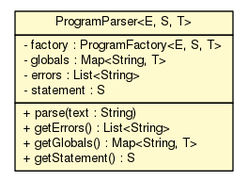
Earlier version of the Graphviz export doc/model/programs/parsing/ProgramParser.png (sinopeus/asteroids). Its source is kept beside it as doc/model/programs/parsing/ProgramParser.dot. Source of this version:
```dot

digraph G {
	edge [fontname="Helvetica",fontsize=10,labelfontname="Helvetica",labelfontsize=10];
	node [fontname="Helvetica",fontsize=10,shape=plaintext];
	nodesep=0.25;
	ranksep=0.5;
	c14323 [label=<<table title="model.programs.parsing.ProgramParser" border="0" cellborder="1" cellspacing="0" cellpadding="2" port="p" bgcolor="lemonChiffon" href="./ProgramParser.html">
		<tr><td><table border="0" cellspacing="0" cellpadding="1">
<tr><td align="center" balign="center"> ProgramParser&lt;E, S, T&gt; </td></tr>
		</table></td></tr>
		<tr><td><table border="0" cellspacing="0" cellpadding="1">
<tr><td align="left" balign="left"> - factory : ProgramFactory&lt;E, S, T&gt; </td></tr>
<tr><td align="left" balign="left"> - globals : Map&lt;String, T&gt; </td></tr>
<tr><td align="left" balign="left"> - errors : List&lt;String&gt; </td></tr>
<tr><td align="left" balign="left"> - statement : S </td></tr>
		</table></td></tr>
		<tr><td><table border="0" cellspacing="0" cellpadding="1">
<tr><td align="left" balign="left"> + parse(text : String) </td></tr>
<tr><td align="left" balign="left"> + getErrors() : List&lt;String&gt; </td></tr>
<tr><td align="left" balign="left"> + getGlobals() : Map&lt;String, T&gt; </td></tr>
<tr><td align="left" balign="left"> + getStatement() : S </td></tr>
		</table></td></tr>
		</table>>, URL="./ProgramParser.html", fontname="Helvetica", fontcolor="black", fontsize=10.0];
}
```
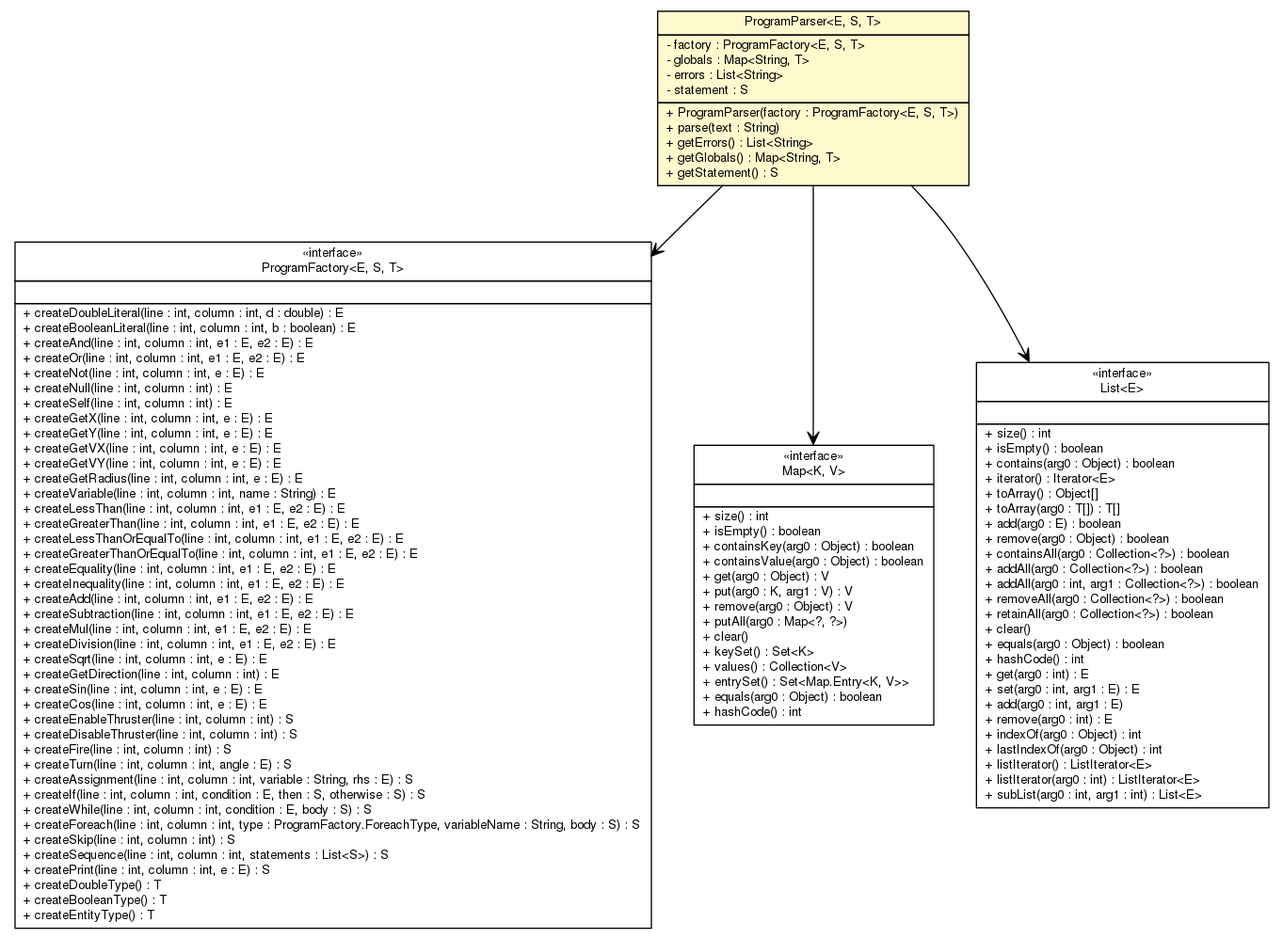
After the commit.

Change to the diagram source:
```diff
@@ -4,7 +4,59 @@
 	node [fontname="Helvetica",fontsize=10,shape=plaintext];
 	nodesep=0.25;
 	ranksep=0.5;
-	c14323 [label=<<table title="model.programs.parsing.ProgramParser" border="0" cellborder="1" cellspacing="0" cellpadding="2" port="p" bgcolor="lemonChiffon" href="./ProgramParser.html">
+	c14366 [label=<<table title="model.programs.parsing.ProgramFactory" border="0" cellborder="1" cellspacing="0" cellpadding="2" port="p" href="./ProgramFactory.html">
+		<tr><td><table border="0" cellspacing="0" cellpadding="1">
+<tr><td align="center" balign="center"> &#171;interface&#187; </td></tr>
+<tr><td align="center" balign="center"> ProgramFactory&lt;E, S, T&gt; </td></tr>
+		</table></td></tr>
+		<tr><td><table border="0" cellspacing="0" cellpadding="1">
+<tr><td align="left" balign="left">  </td></tr>
+		</table></td></tr>
+		<tr><td><table border="0" cellspacing="0" cellpadding="1">
+<tr><td align="left" balign="left"> + createDoubleLiteral(line : int, column : int, d : double) : E </td></tr>
+<tr><td align="left" balign="left"> + createBooleanLiteral(line : int, column : int, b : boolean) : E </td></tr>
+<tr><td align="left" balign="left"> + createAnd(line : int, column : int, e1 : E, e2 : E) : E </td></tr>
+<tr><td align="left" balign="left"> + createOr(line : int, column : int, e1 : E, e2 : E) : E </td></tr>
+<tr><td align="left" balign="left"> + createNot(line : int, column : int, e : E) : E </td></tr>
+<tr><td align="left" balign="left"> + createNull(line : int, column : int) : E </td></tr>
+<tr><td align="left" balign="left"> + createSelf(line : int, column : int) : E </td></tr>
+<tr><td align="left" balign="left"> + createGetX(line : int, column : int, e : E) : E </td></tr>
+<tr><td align="left" balign="left"> + createGetY(line : int, column : int, e : E) : E </td></tr>
+<tr><td align="left" balign="left"> + createGetVX(line : int, column : int, e : E) : E </td></tr>
+<tr><td align="left" balign="left"> + createGetVY(line : int, column : int, e : E) : E </td></tr>
+<tr><td align="left" balign="left"> + createGetRadius(line : int, column : int, e : E) : E </td></tr>
+<tr><td align="left" balign="left"> + createVariable(line : int, column : int, name : String) : E </td></tr>
+<tr><td align="left" balign="left"> + createLessThan(line : int, column : int, e1 : E, e2 : E) : E </td></tr>
+<tr><td align="left" balign="left"> + createGreaterThan(line : int, column : int, e1 : E, e2 : E) : E </td></tr>
+<tr><td align="left" balign="left"> + createLessThanOrEqualTo(line : int, column : int, e1 : E, e2 : E) : E </td></tr>
+<tr><td align="left" balign="left"> + createGreaterThanOrEqualTo(line : int, column : int, e1 : E, e2 : E) : E </td></tr>
+<tr><td align="left" balign="left"> + createEquality(line : int, column : int, e1 : E, e2 : E) : E </td></tr>
+<tr><td align="left" balign="left"> + createInequality(line : int, column : int, e1 : E, e2 : E) : E </td></tr>
+<tr><td align="left" balign="left"> + createAdd(line : int, column : int, e1 : E, e2 : E) : E </td></tr>
+<tr><td align="left" balign="left"> + createSubtraction(line : int, column : int, e1 : E, e2 : E) : E </td></tr>
+<tr><td align="left" balign="left"> + createMul(line : int, column : int, e1 : E, e2 : E) : E </td></tr>
+<tr><td align="left" balign="left"> + createDivision(line : int, column : int, e1 : E, e2 : E) : E </td></tr>
+<tr><td align="left" balign="left"> + createSqrt(line : int, column : int, e : E) : E </td></tr>
+<tr><td align="left" balign="left"> + createGetDirection(line : int, column : int) : E </td></tr>
+<tr><td align="left" balign="left"> + createSin(line : int, column : int, e : E) : E </td></tr>
+<tr><td align="left" balign="left"> + createCos(line : int, column : int, e : E) : E </td></tr>
+<tr><td align="left" balign="left"> + createEnableThruster(line : int, column : int) : S </td></tr>
+<tr><td align="left" balign="left"> + createDisableThruster(line : int, column : int) : S </td></tr>
+<tr><td align="left" balign="left"> + createFire(line : int, column : int) : S </td></tr>
+<tr><td align="left" balign="left"> + createTurn(line : int, column : int, angle : E) : S </td></tr>
+<tr><td align="left" balign="left"> + createAssignment(line : int, column : int, variable : String, rhs : E) : S </td></tr>
+<tr><td align="left" balign="left"> + createIf(line : int, column : int, condition : E, then : S, otherwise : S) : S </td></tr>
+<tr><td align="left" balign="left"> + createWhile(line : int, column : int, condition : E, body : S) : S </td></tr>
+<tr><td align="left" balign="left"> + createForeach(line : int, column : int, type : ProgramFactory.ForeachType, variableName : String, body : S) : S </td></tr>
+<tr><td align="left" balign="left"> + createSkip(line : int, column : int) : S </td></tr>
+<tr><td align="left" balign="left"> + createSequence(line : int, column : int, statements : List&lt;S&gt;) : S </td></tr>
+<tr><td align="left" balign="left"> + createPrint(line : int, column : int, e : E) : S </td></tr>
+<tr><td align="left" balign="left"> + createDoubleType() : T </td></tr>
+<tr><td align="left" balign="left"> + createBooleanType() : T </td></tr>
+<tr><td align="left" balign="left"> + createEntityType() : T </td></tr>
+		</table></td></tr>
+		</table>>, URL="./ProgramFactory.html", fontname="Helvetica", fontcolor="black", fontsize=10.0];
+	c14373 [label=<<table title="model.programs.parsing.ProgramParser" border="0" cellborder="1" cellspacing="0" cellpadding="2" port="p" bgcolor="lemonChiffon" href="./ProgramParser.html">
 		<tr><td><table border="0" cellspacing="0" cellpadding="1">
 <tr><td align="center" balign="center"> ProgramParser&lt;E, S, T&gt; </td></tr>
 		</table></td></tr>
@@ -15,10 +67,75 @@
 <tr><td align="left" balign="left"> - statement : S </td></tr>
 		</table></td></tr>
 		<tr><td><table border="0" cellspacing="0" cellpadding="1">
+<tr><td align="left" balign="left"> + ProgramParser(factory : ProgramFactory&lt;E, S, T&gt;) </td></tr>
 <tr><td align="left" balign="left"> + parse(text : String) </td></tr>
 <tr><td align="left" balign="left"> + getErrors() : List&lt;String&gt; </td></tr>
 <tr><td align="left" balign="left"> + getGlobals() : Map&lt;String, T&gt; </td></tr>
 <tr><td align="left" balign="left"> + getStatement() : S </td></tr>
 		</table></td></tr>
 		</table>>, URL="./ProgramParser.html", fontname="Helvetica", fontcolor="black", fontsize=10.0];
+	c14373:p -> c14366:p [taillabel="", label="", headlabel="", fontname="Helvetica", fontcolor="black", fontsize=10.0, color="black", arrowhead=open];
+	c14373:p -> c14466:p [taillabel="", label="", headlabel="", fontname="Helvetica", fontcolor="black", fontsize=10.0, color="black", arrowhead=open];
+	c14373:p -> c14467:p [taillabel="", label="", headlabel="", fontname="Helvetica", fontcolor="black", fontsize=10.0, color="black", arrowhead=open];
+	c14467 [label=<<table title="java.util.List" border="0" cellborder="1" cellspacing="0" cellpadding="2" port="p" href="http://java.sun.com/j2se/1.4.2/docs/api/java/util/List.html">
+		<tr><td><table border="0" cellspacing="0" cellpadding="1">
+<tr><td align="center" balign="center"> &#171;interface&#187; </td></tr>
+<tr><td align="center" balign="center"> List&lt;E&gt; </td></tr>
+		</table></td></tr>
+		<tr><td><table border="0" cellspacing="0" cellpadding="1">
+<tr><td align="left" balign="left">  </td></tr>
+		</table></td></tr>
+		<tr><td><table border="0" cellspacing="0" cellpadding="1">
+<tr><td align="left" balign="left"> + size() : int </td></tr>
+<tr><td align="left" balign="left"> + isEmpty() : boolean </td></tr>
+<tr><td align="left" balign="left"> + contains(arg0 : Object) : boolean </td></tr>
+<tr><td align="left" balign="left"> + iterator() : Iterator&lt;E&gt; </td></tr>
+<tr><td align="left" balign="left"> + toArray() : Object[] </td></tr>
+<tr><td align="left" balign="left"> + toArray(arg0 : T[]) : T[] </td></tr>
+<tr><td align="left" balign="left"> + add(arg0 : E) : boolean </td></tr>
+<tr><td align="left" balign="left"> + remove(arg0 : Object) : boolean </td></tr>
+<tr><td align="left" balign="left"> + containsAll(arg0 : Collection&lt;?&gt;) : boolean </td></tr>
+<tr><td align="left" balign="left"> + addAll(arg0 : Collection&lt;?&gt;) : boolean </td></tr>
+<tr><td align="left" balign="left"> + addAll(arg0 : int, arg1 : Collection&lt;?&gt;) : boolean </td></tr>
+<tr><td align="left" balign="left"> + removeAll(arg0 : Collection&lt;?&gt;) : boolean </td></tr>
+<tr><td align="left" balign="left"> + retainAll(arg0 : Collection&lt;?&gt;) : boolean </td></tr>
+<tr><td align="left" balign="left"> + clear() </td></tr>
+<tr><td align="left" balign="left"> + equals(arg0 : Object) : boolean </td></tr>
+<tr><td align="left" balign="left"> + hashCode() : int </td></tr>
+<tr><td align="left" balign="left"> + get(arg0 : int) : E </td></tr>
+<tr><td align="left" balign="left"> + set(arg0 : int, arg1 : E) : E </td></tr>
+<tr><td align="left" balign="left"> + add(arg0 : int, arg1 : E) </td></tr>
+<tr><td align="left" balign="left"> + remove(arg0 : int) : E </td></tr>
+<tr><td align="left" balign="left"> + indexOf(arg0 : Object) : int </td></tr>
+<tr><td align="left" balign="left"> + lastIndexOf(arg0 : Object) : int </td></tr>
+<tr><td align="left" balign="left"> + listIterator() : ListIterator&lt;E&gt; </td></tr>
+<tr><td align="left" balign="left"> + listIterator(arg0 : int) : ListIterator&lt;E&gt; </td></tr>
+<tr><td align="left" balign="left"> + subList(arg0 : int, arg1 : int) : List&lt;E&gt; </td></tr>
+		</table></td></tr>
+		</table>>, URL="http://java.sun.com/j2se/1.4.2/docs/api/java/util/List.html", fontname="Helvetica", fontcolor="black", fontsize=10.0];
+	c14466 [label=<<table title="java.util.Map" border="0" cellborder="1" cellspacing="0" cellpadding="2" port="p" href="http://java.sun.com/j2se/1.4.2/docs/api/java/util/Map.html">
+		<tr><td><table border="0" cellspacing="0" cellpadding="1">
+<tr><td align="center" balign="center"> &#171;interface&#187; </td></tr>
+<tr><td align="center" balign="center"> Map&lt;K, V&gt; </td></tr>
+		</table></td></tr>
+		<tr><td><table border="0" cellspacing="0" cellpadding="1">
+<tr><td align="left" balign="left">  </td></tr>
+		</table></td></tr>
+		<tr><td><table border="0" cellspacing="0" cellpadding="1">
+<tr><td align="left" balign="left"> + size() : int </td></tr>
+<tr><td align="left" balign="left"> + isEmpty() : boolean </td></tr>
+<tr><td align="left" balign="left"> + containsKey(arg0 : Object) : boolean </td></tr>
+<tr><td align="left" balign="left"> + containsValue(arg0 : Object) : boolean </td></tr>
+<tr><td align="left" balign="left"> + get(arg0 : Object) : V </td></tr>
+<tr><td align="left" balign="left"> + put(arg0 : K, arg1 : V) : V </td></tr>
+<tr><td align="left" balign="left"> + remove(arg0 : Object) : V </td></tr>
+<tr><td align="left" balign="left"> + putAll(arg0 : Map&lt;?, ?&gt;) </td></tr>
+<tr><td align="left" balign="left"> + clear() </td></tr>
+<tr><td align="left" balign="left"> + keySet() : Set&lt;K&gt; </td></tr>
+<tr><td align="left" balign="left"> + values() : Collection&lt;V&gt; </td></tr>
+<tr><td align="left" balign="left"> + entrySet() : Set&lt;Map.Entry&lt;K, V&gt;&gt; </td></tr>
+<tr><td align="left" balign="left"> + equals(arg0 : Object) : boolean </td></tr>
+<tr><td align="left" balign="left"> + hashCode() : int </td></tr>
+		</table></td></tr>
+		</table>>, URL="http://java.sun.com/j2se/1.4.2/docs/api/java/util/Map.html", fontname="Helvetica", fontcolor="black", fontsize=10.0];
 }
```
